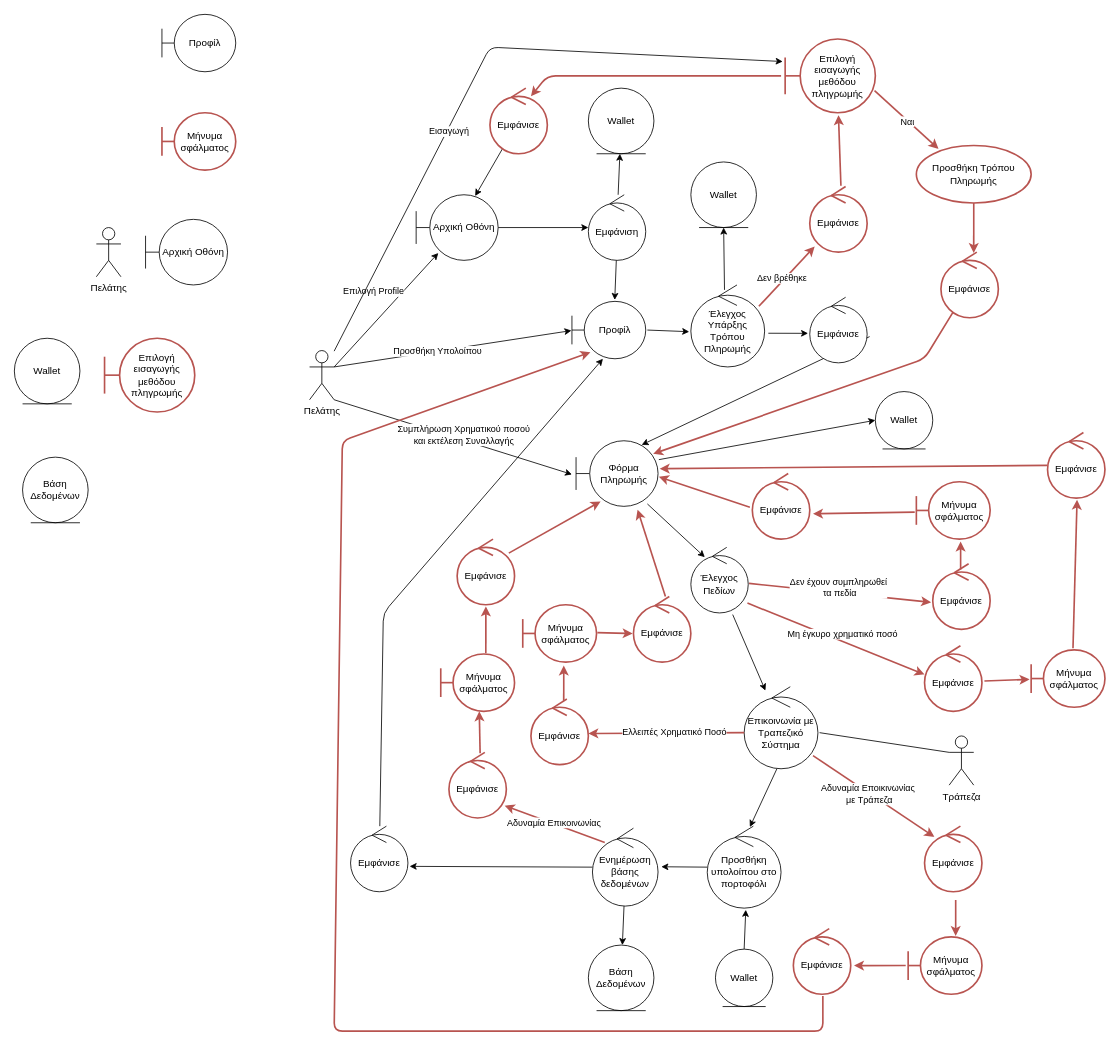
Before: Part_2/Robustness/diagrams/06_Φόρτιση_Πορτοφολιού.drawio in Nikolis2002/texnoligia_logismikou, a draw.io diagram. Source tidied: cells renumbered, new cells numbered last; positions are measured from the earlier drawing's top-left corner, leaving out a move shared by most shapes. Both pictures are drawn from the tidied source at 82%, with x=0, y=0 at pixel (14, 14).
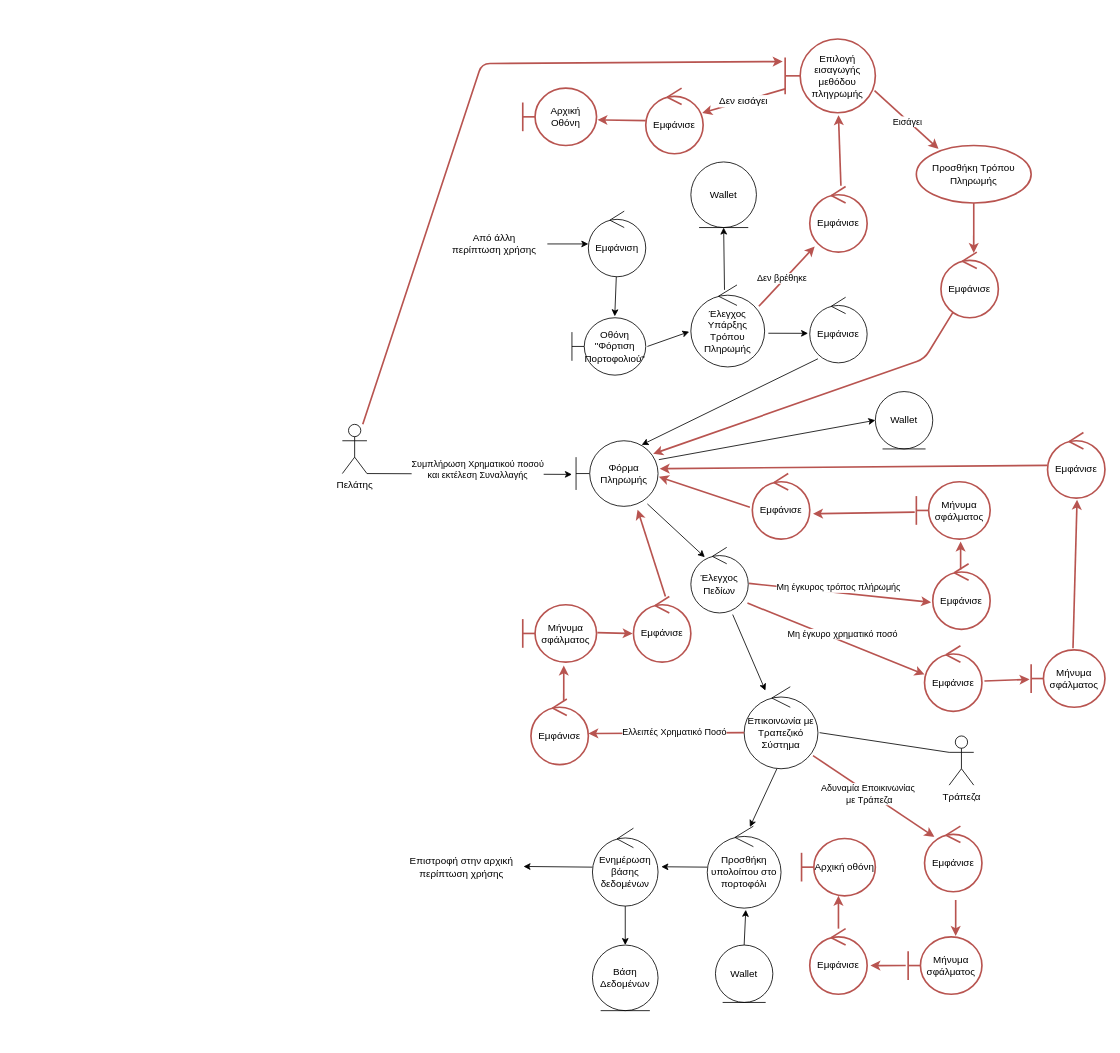
Above is the later version.

The change refers to these unchanged cells:
```xml
<mxCell id="27" value="Ενημέρωση βάσης δεδομένων" style="ellipse;shape=umlControl;whiteSpace=wrap;html=1;" parent="1" vertex="1">
  <mxGeometry x="705" y="992.5" width="80" height="95" as="geometry" />
</mxCell>
<mxCell id="31" value="Φόρμα Πληρωμής" style="shape=umlBoundary;whiteSpace=wrap;html=1;" parent="1" vertex="1">
  <mxGeometry x="685" y="520" width="100" height="80" as="geometry" />
</mxCell>
<mxCell id="39" style="edgeStyle=none;html=1;strokeWidth=2;fontSize=12;fillColor=none;strokeColor=#b85450;entryX=-0.029;entryY=0.588;entryDx=0;entryDy=0;entryPerimeter=0;exitX=1.014;exitY=0.55;exitDx=0;exitDy=0;exitPerimeter=0;" parent="1" edge="1" source="20" target="36">
  <mxGeometry relative="1" as="geometry" />
</mxCell>
<mxCell id="52" value="Εμφάνισε" style="ellipse;shape=umlControl;whiteSpace=wrap;html=1;" parent="1" vertex="1">
  <mxGeometry x="970" y="345" width="70" height="80" as="geometry" />
</mxCell>
<mxCell id="58" value="Επιλογή εισαγωγής μεθόδου πληγρωμής" style="shape=umlBoundary;whiteSpace=wrap;html=1;fillColor=none;strokeColor=#b85450;strokeWidth=2;" parent="1" vertex="1">
  <mxGeometry x="940" y="30" width="110" height="90" as="geometry" />
</mxCell>
<mxCell id="59" style="edgeStyle=none;html=1;strokeWidth=2;fontSize=12;fillColor=none;strokeColor=#b85450;exitX=0.991;exitY=0.7;exitDx=0;exitDy=0;exitPerimeter=0;entryX=0.193;entryY=0.057;entryDx=0;entryDy=0;entryPerimeter=0;" parent="1" edge="1" source="58" target="34">
  <mxGeometry relative="1" as="geometry" />
</mxCell>
```

Diff of the diagram source:
```diff
@@
-    <mxCell id="2" style="edgeStyle=none;html=1;exitX=1;exitY=0.3333333333333333;exitDx=0;exitDy=0;exitPerimeter=0;entryX=0.27;entryY=0.888;entryDx=0;entryDy=0;entryPerimeter=0;" parent="1" edge="1" source="9" target="11">
-      <mxGeometry relative="1" as="geometry" />
-    </mxCell>
-    <mxCell id="3" value="Επιλογή Profile" style="edgeLabel;html=1;align=center;verticalAlign=middle;" parent="2" vertex="1">
-      <mxGeometry x="-0.6" y="1" relative="1" as="geometry">
-        <mxPoint x="23" y="-64" as="offset" />
-      </mxGeometry>
-    </mxCell>
-    <mxCell id="4" style="edgeStyle=none;html=1;exitX=1;exitY=0.3333333333333333;exitDx=0;exitDy=0;exitPerimeter=0;entryX=-0.007;entryY=0.509;entryDx=0;entryDy=0;entryPerimeter=0;" parent="1" edge="1" source="9" target="13">
-      <mxGeometry relative="1" as="geometry" />
-    </mxCell>
-    <mxCell id="5" value="Προσθήκη Υπολοίπου" style="edgeLabel;html=1;align=center;verticalAlign=middle;" parent="4" vertex="1">
-      <mxGeometry x="-0.13" relative="1" as="geometry" />
-    </mxCell>
@@
-    <mxCell id="7" style="edgeStyle=none;html=1;entryX=-0.027;entryY=0.306;entryDx=0;entryDy=0;entryPerimeter=0;" parent="1" edge="1" source="9" target="58">
+    <mxCell id="7" style="edgeStyle=none;html=1;entryX=-0.027;entryY=0.306;entryDx=0;entryDy=0;entryPerimeter=0;fontSize=12;strokeColor=#b85450;strokeWidth=2;fillColor=none;" parent="1" edge="1" source="9" target="58">
       <mxGeometry relative="1" as="geometry">
         <Array as="points">
-          <mxPoint x="580" y="40" />
+          <mxPoint x="570" y="60" />
         </Array>
       </mxGeometry>
     </mxCell>
-    <mxCell id="8" value="Εισαγωγή" style="edgeLabel;html=1;align=center;verticalAlign=middle;" parent="7" vertex="1">
-      <mxGeometry x="-0.22" y="-2" relative="1" as="geometry" />
-    </mxCell>
     <mxCell id="9" value="Πελάτης" style="shape=umlActor;verticalLabelPosition=bottom;verticalAlign=top;html=1;" parent="1" vertex="1">
-      <mxGeometry x="360" y="410" width="30" height="60" as="geometry" />
+      <mxGeometry x="400" y="500" width="30" height="60" as="geometry" />
     </mxCell>
-    <mxCell id="10" style="edgeStyle=none;html=1;" parent="1" edge="1" source="11" target="16">
+    <mxCell id="10" style="edgeStyle=none;html=1;" parent="1" edge="1" source="108" target="16">
       <mxGeometry relative="1" as="geometry" />
     </mxCell>
-    <mxCell id="11" value="Αρχική Οθόνη" style="shape=umlBoundary;whiteSpace=wrap;html=1;" parent="1" vertex="1">
-      <mxGeometry x="490" y="220" width="100" height="80" as="geometry" />
-    </mxCell>
@@
-    <mxCell id="13" value="Προφίλ" style="shape=umlBoundary;whiteSpace=wrap;html=1;" parent="1" vertex="1">
-      <mxGeometry x="680" y="350" width="90" height="70" as="geometry" />
+    <mxCell id="13" value="Οθόνη &quot;Φόρτιση Πορτοφολιού&quot;" style="shape=umlBoundary;whiteSpace=wrap;html=1;" parent="1" vertex="1">
+      <mxGeometry x="680" y="370" width="90" height="70" as="geometry" />
     </mxCell>
@@
-    <mxCell id="15" style="edgeStyle=none;html=1;" parent="1" edge="1" source="16" target="29">
-      <mxGeometry relative="1" as="geometry" />
-    </mxCell>
     <mxCell id="16" value="Εμφάνιση" style="ellipse;shape=umlControl;whiteSpace=wrap;html=1;" parent="1" vertex="1">
-      <mxGeometry x="700" y="220" width="70" height="80" as="geometry" />
+      <mxGeometry x="700" y="240" width="70" height="80" as="geometry" />
     </mxCell>
@@
-    <mxCell id="26" style="edgeStyle=none;html=1;entryX=1.029;entryY=0.613;entryDx=0;entryDy=0;entryPerimeter=0;" parent="1" edge="1" source="27" target="81">
+    <mxCell id="26" style="edgeStyle=none;html=1;entryX=1.006;entryY=0.479;entryDx=0;entryDy=0;entryPerimeter=0;" parent="1" edge="1" source="27" target="111">
       <mxGeometry relative="1" as="geometry" />
     </mxCell>
@@
     <mxCell id="28" value="Βάση Δεδομένων" style="ellipse;shape=umlEntity;whiteSpace=wrap;html=1;" parent="1" vertex="1">
-      <mxGeometry x="700" y="1135" width="80" height="80" as="geometry" />
+      <mxGeometry x="705" y="1135" width="80" height="80" as="geometry" />
     </mxCell>
-    <mxCell id="29" value="Wallet" style="ellipse;shape=umlEntity;whiteSpace=wrap;html=1;" parent="1" vertex="1">
-      <mxGeometry x="700" y="90" width="80" height="80" as="geometry" />
-    </mxCell>
@@
-    <mxCell id="35" style="edgeStyle=none;html=1;exitX=1.043;exitY=0.6;exitDx=0;exitDy=0;exitPerimeter=0;entryX=0.8;entryY=0.063;entryDx=0;entryDy=0;entryPerimeter=0;" parent="1" edge="1" source="52" target="31">
-      <mxGeometry relative="1" as="geometry" />
+    <mxCell id="35" style="edgeStyle=none;html=1;entryX=0.8;entryY=0.063;entryDx=0;entryDy=0;entryPerimeter=0;" parent="1" edge="1" target="31">
+      <mxGeometry relative="1" as="geometry">
+        <mxPoint x="980" y="420" as="sourcePoint" />
+      </mxGeometry>
     </mxCell>
@@
-    <mxCell id="40" value="Δεν έχουν συμπληρωθεί&lt;br&gt;&amp;nbsp;τα πεδία" style="edgeLabel;html=1;align=center;verticalAlign=middle;" parent="39" vertex="1">
+    <mxCell id="40" value="Μη έγκυρος τρόπος πλήρωμής" style="edgeLabel;html=1;align=center;verticalAlign=middle;" parent="39" vertex="1">
       <mxGeometry x="-0.19" y="-4" relative="1" as="geometry">
         <mxPoint x="19" y="-9" as="offset" />
       </mxGeometry>
     </mxCell>
@@
+    <mxCell id="105" value="Δεν εισάγει" style="edgeStyle=none;html=1;fontSize=12;strokeColor=#b85450;strokeWidth=2;fillColor=none;" parent="1" edge="1" source="58" target="104">
+      <mxGeometry relative="1" as="geometry" />
+    </mxCell>
@@
-    <mxCell id="60" value="Ναι" style="edgeLabel;html=1;align=center;verticalAlign=middle;" parent="59" vertex="1">
+    <mxCell id="60" value="Εισάγει" style="edgeLabel;html=1;align=center;verticalAlign=middle;" parent="59" vertex="1">
       <mxGeometry x="0.29" y="-1" relative="1" as="geometry">
         <mxPoint x="-10" y="-9" as="offset" />
       </mxGeometry>
     </mxCell>
-    <mxCell id="61" style="edgeStyle=none;html=1;strokeWidth=2;fontSize=12;fillColor=none;strokeColor=#b85450;exitX=-0.045;exitY=0.5;exitDx=0;exitDy=0;exitPerimeter=0;" parent="1" edge="1" source="58">
-      <mxGeometry relative="1" as="geometry">
-        <mxPoint x="630" y="100" as="targetPoint" />
-        <Array as="points">
-          <mxPoint x="860" y="75" />
-          <mxPoint x="650" y="75" />
-        </Array>
-      </mxGeometry>
-    </mxCell>
@@
+    <mxCell id="106" style="edgeStyle=none;html=1;fontSize=12;strokeColor=#b85450;strokeWidth=2;fillColor=none;" parent="1" edge="1" source="77" target="110">
+      <mxGeometry relative="1" as="geometry" />
+    </mxCell>
     <mxCell id="77" value="Εμφάνισε" style="ellipse;shape=umlControl;whiteSpace=wrap;html=1;fillColor=none;strokeColor=#b85450;strokeWidth=2;" parent="1" vertex="1">
-      <mxGeometry x="950" y="1115" width="70" height="80" as="geometry" />
+      <mxGeometry x="970" y="1115" width="70" height="80" as="geometry" />
     </mxCell>
@@
-    <mxCell id="79" style="edgeStyle=none;html=1;strokeWidth=2;fontSize=12;fillColor=none;strokeColor=#b85450;exitX=0.514;exitY=1.025;exitDx=0;exitDy=0;exitPerimeter=0;entryX=0.25;entryY=0.888;entryDx=0;entryDy=0;entryPerimeter=0;" parent="1" edge="1" source="77" target="13">
-      <mxGeometry relative="1" as="geometry">
-        <Array as="points">
-          <mxPoint x="986" y="1240" />
-          <mxPoint x="390" y="1240" />
-          <mxPoint x="400" y="520" />
-        </Array>
-      </mxGeometry>
-    </mxCell>
-    <mxCell id="80" style="edgeStyle=none;html=1;entryX=0.42;entryY=1;entryDx=0;entryDy=0;entryPerimeter=0;" parent="1" edge="1" source="81" target="13">
-      <mxGeometry relative="1" as="geometry">
-        <Array as="points">
-          <mxPoint x="450" y="730" />
-        </Array>
-      </mxGeometry>
-    </mxCell>
-    <mxCell id="81" value="Εμφάνισε" style="ellipse;shape=umlControl;whiteSpace=wrap;html=1;" parent="1" vertex="1">
-      <mxGeometry x="410" y="990" width="70" height="80" as="geometry" />
-    </mxCell>
-    <mxCell id="82" value="Εμφάνισε" style="ellipse;shape=umlControl;whiteSpace=wrap;html=1;fillColor=none;strokeColor=#b85450;strokeWidth=2;" parent="1" vertex="1">
-      <mxGeometry x="530" y="900" width="70" height="80" as="geometry" />
-    </mxCell>
-    <mxCell id="83" style="edgeStyle=none;html=1;strokeWidth=2;fontSize=12;fillColor=none;strokeColor=#b85450;entryX=0.971;entryY=0.813;entryDx=0;entryDy=0;entryPerimeter=0;exitX=0.188;exitY=0.184;exitDx=0;exitDy=0;exitPerimeter=0;" parent="1" edge="1" source="27" target="82">
-      <mxGeometry relative="1" as="geometry" />
-    </mxCell>
-    <mxCell id="84" value="Αδυναμία Επικοινωνίας" style="edgeLabel;html=1;align=center;verticalAlign=middle;" parent="83" vertex="1">
-      <mxGeometry x="-0.53" y="-1" relative="1" as="geometry">
-        <mxPoint x="-34" y="-13" as="offset" />
-      </mxGeometry>
-    </mxCell>
-    <mxCell id="85" value="Μήνυμα σφάλματος" style="shape=umlBoundary;whiteSpace=wrap;html=1;fillColor=none;strokeColor=#b85450;strokeWidth=2;" parent="1" vertex="1">
-      <mxGeometry x="520" y="780" width="90" height="70" as="geometry" />
-    </mxCell>
-    <mxCell id="86" style="edgeStyle=none;html=1;strokeWidth=2;fontSize=12;fillColor=none;strokeColor=#b85450;exitX=0.543;exitY=0.013;exitDx=0;exitDy=0;exitPerimeter=0;entryX=0.522;entryY=1;entryDx=0;entryDy=0;entryPerimeter=0;" parent="1" edge="1" source="82" target="85">
-      <mxGeometry relative="1" as="geometry" />
-    </mxCell>
-    <mxCell id="87" value="Εμφάνισε" style="ellipse;shape=umlControl;whiteSpace=wrap;html=1;fillColor=none;strokeColor=#b85450;strokeWidth=2;" parent="1" vertex="1">
-      <mxGeometry x="540" y="640" width="70" height="80" as="geometry" />
-    </mxCell>
-    <mxCell id="88" style="edgeStyle=none;html=1;strokeWidth=2;fontSize=12;fillColor=none;strokeColor=#b85450;exitX=0.611;exitY=-0.014;exitDx=0;exitDy=0;exitPerimeter=0;entryX=0.5;entryY=1.025;entryDx=0;entryDy=0;entryPerimeter=0;" parent="1" edge="1" source="85" target="87">
-      <mxGeometry relative="1" as="geometry" />
-    </mxCell>
-    <mxCell id="89" style="edgeStyle=none;html=1;strokeWidth=2;fontSize=12;fillColor=none;strokeColor=#b85450;exitX=0.9;exitY=0.213;exitDx=0;exitDy=0;exitPerimeter=0;entryX=0.3;entryY=0.925;entryDx=0;entryDy=0;entryPerimeter=0;" parent="1" edge="1" source="87" target="31">
-      <mxGeometry relative="1" as="geometry" />
-    </mxCell>
@@
     <mxCell id="91" value="Wallet" style="ellipse;shape=umlEntity;whiteSpace=wrap;html=1;" parent="1" vertex="1">
-      <mxGeometry x="855" y="1140" width="70" height="70" as="geometry" />
+      <mxGeometry x="855" y="1135" width="70" height="70" as="geometry" />
     </mxCell>
@@
-    <mxCell id="96" value="Πελάτης" style="shape=umlActor;verticalLabelPosition=bottom;verticalAlign=top;html=1;" parent="1" vertex="1">
-      <mxGeometry x="100" y="260" width="30" height="60" as="geometry" />
-    </mxCell>
-    <mxCell id="97" value="Αρχική Οθόνη" style="shape=umlBoundary;whiteSpace=wrap;html=1;" parent="1" vertex="1">
-      <mxGeometry x="160" y="250" width="100" height="80" as="geometry" />
-    </mxCell>
-    <mxCell id="98" value="Wallet" style="ellipse;shape=umlEntity;whiteSpace=wrap;html=1;" parent="1" vertex="1">
-      <mxGeometry y="395" width="80" height="80" as="geometry" />
-    </mxCell>
-    <mxCell id="99" value="Επιλογή εισαγωγής μεθόδου πληγρωμής" style="shape=umlBoundary;whiteSpace=wrap;html=1;fillColor=none;strokeColor=#b85450;strokeWidth=2;" parent="1" vertex="1">
-      <mxGeometry x="110" y="395" width="110" height="90" as="geometry" />
-    </mxCell>
-    <mxCell id="100" value="Προφίλ" style="shape=umlBoundary;whiteSpace=wrap;html=1;" parent="1" vertex="1">
-      <mxGeometry x="180" width="90" height="70" as="geometry" />
-    </mxCell>
-    <mxCell id="101" value="Μήνυμα σφάλματος" style="shape=umlBoundary;whiteSpace=wrap;html=1;fillColor=none;strokeColor=#b85450;strokeWidth=2;" parent="1" vertex="1">
-      <mxGeometry x="180" y="120" width="90" height="70" as="geometry" />
-    </mxCell>
-    <mxCell id="102" value="Βάση Δεδομένων" style="ellipse;shape=umlEntity;whiteSpace=wrap;html=1;" parent="1" vertex="1">
-      <mxGeometry x="10" y="540" width="80" height="80" as="geometry" />
-    </mxCell>
-    <mxCell id="103" style="edgeStyle=none;html=1;entryX=0.72;entryY=0.019;entryDx=0;entryDy=0;entryPerimeter=0;" parent="1" edge="1" source="104" target="11">
-      <mxGeometry relative="1" as="geometry" />
-    </mxCell>
+    <mxCell id="107" style="edgeStyle=none;html=1;entryX=1.012;entryY=0.552;entryDx=0;entryDy=0;entryPerimeter=0;fontSize=12;strokeColor=#b85450;strokeWidth=2;fillColor=none;" parent="1" edge="1" source="104" target="109">
+      <mxGeometry relative="1" as="geometry" />
+    </mxCell>
     <mxCell id="104" value="Εμφάνισε" style="ellipse;shape=umlControl;whiteSpace=wrap;html=1;fillColor=none;strokeColor=#b85450;strokeWidth=2;" parent="1" vertex="1">
-      <mxGeometry x="580" y="90" width="70" height="80" as="geometry" />
+      <mxGeometry x="770" y="90" width="70" height="80" as="geometry" />
     </mxCell>
+    <mxCell id="108" value="Από άλλη&lt;br&gt;περίπτωση χρήσης" style="text;html=1;align=center;verticalAlign=middle;points=[];strokeColor=none;fillColor=none;" parent="1" vertex="1">
+      <mxGeometry x="520" y="260" width="130" height="40" as="geometry" />
+    </mxCell>
+    <mxCell id="109" value="Αρχική Οθόνη" style="shape=umlBoundary;whiteSpace=wrap;html=1;fillColor=none;strokeColor=#b85450;strokeWidth=2;" parent="1" vertex="1">
+      <mxGeometry x="620" y="90" width="90" height="70" as="geometry" />
+    </mxCell>
+    <mxCell id="110" value="Αρχική οθόνη" style="shape=umlBoundary;whiteSpace=wrap;html=1;fillColor=none;strokeColor=#b85450;strokeWidth=2;" parent="1" vertex="1">
+      <mxGeometry x="960" y="1005" width="90" height="70" as="geometry" />
+    </mxCell>
+    <mxCell id="111" value="Επιστροφή στην αρχική&lt;br&gt;περίπτωση χρήσης" style="text;html=1;align=center;verticalAlign=middle;points=[];strokeColor=none;fillColor=none;" parent="1" vertex="1">
+      <mxGeometry x="470" y="1020" width="150" height="40" as="geometry" />
+    </mxCell>
```
